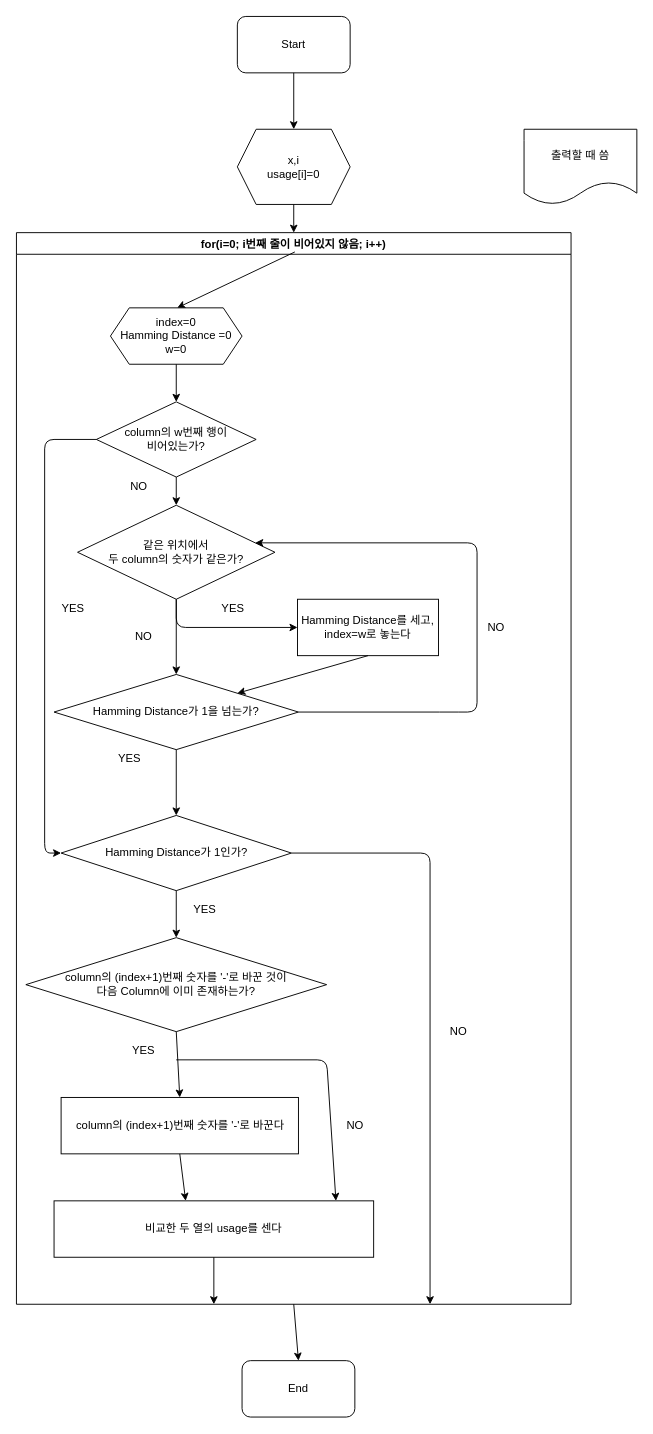
The draw.io diagram MakeColumn.drawio in aaron-rev/QuinMc_C2Plus, before the edit. Source tidied: cells renumbered, new cells numbered last; positions are measured from the earlier drawing's top-left corner, leaving out a move shared by most shapes. Both pictures are drawn from the tidied source at 94%, with x=0, y=0 at pixel (16, 16).
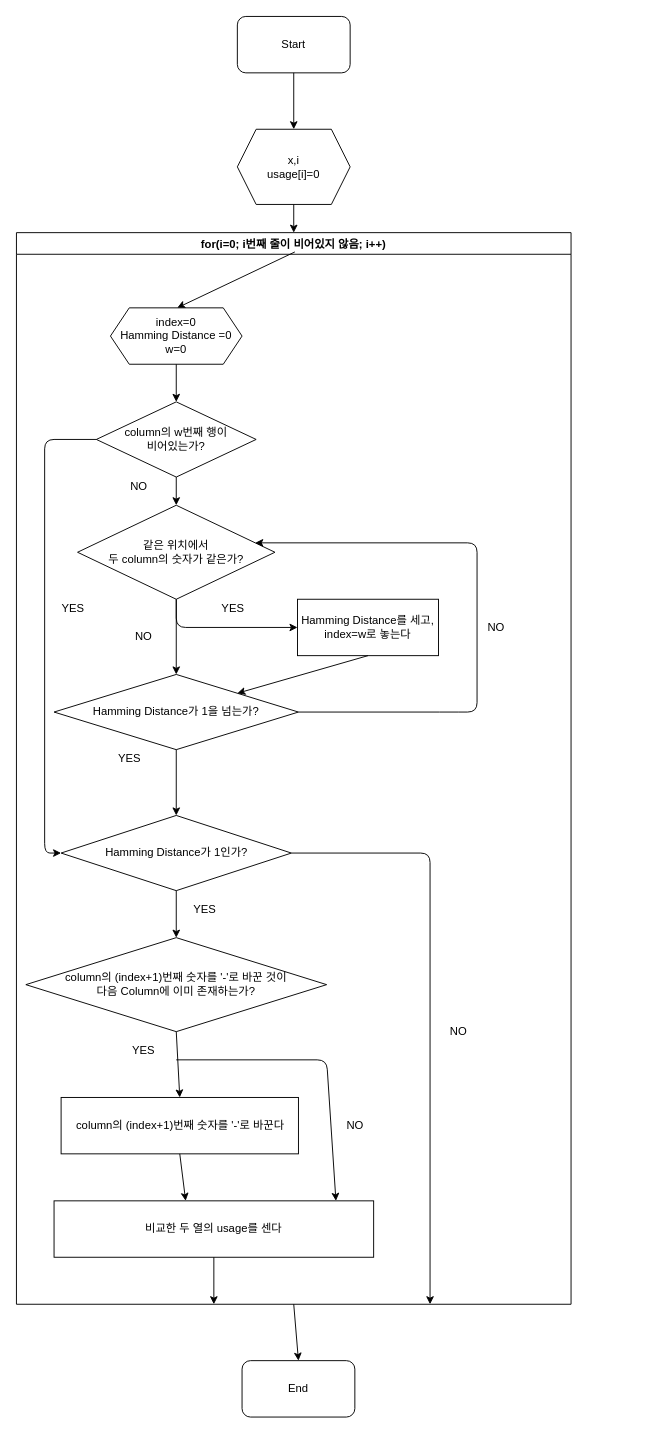
The same diagram, later.

Commit message:
이게 왜 반영이 안돼

What changed in the source:
```diff
@@
-    <mxCell id="6" value="출력할 때 씀" style="shape=document;whiteSpace=wrap;html=1;boundedLbl=1;" parent="1" vertex="1">
-      <mxGeometry x="540" y="120" width="120" height="80" as="geometry" />
-    </mxCell>
```
